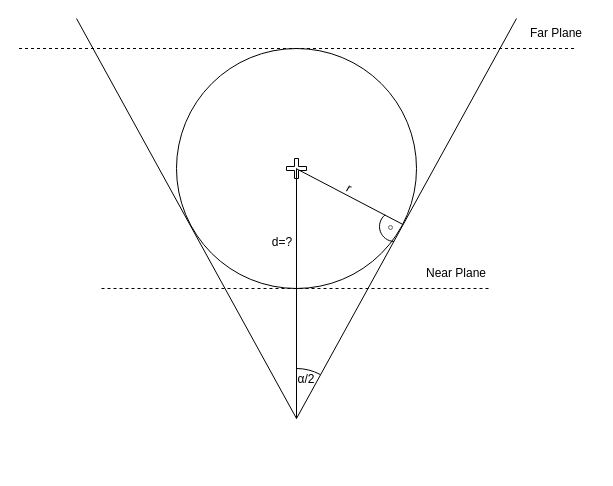
This is img/camera_fit.drawio from sraesch/pixel-contribution, a draw.io file, before an edit. Source tidied: cells renumbered, new cells numbered last; positions are measured from the earlier drawing's top-left corner, leaving out a move shared by most shapes. Both pictures are drawn from the tidied source at 100%, with x=0, y=0 at pixel (18, 18).
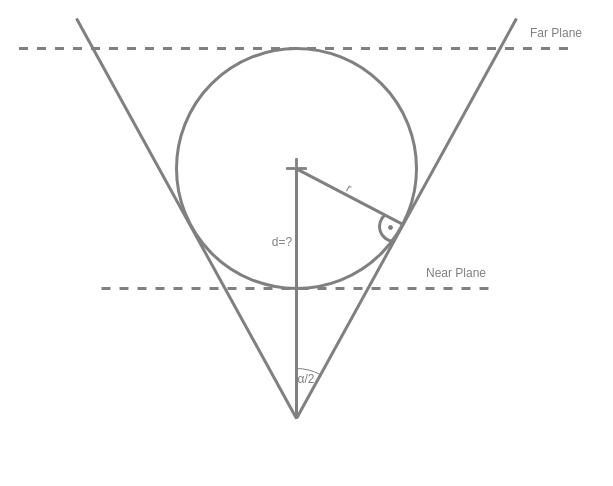
The same diagram, later.

Change to the diagram source:
```diff
@@
-    <mxCell id="2" style="endArrow=none;html=1;rounded=0;" parent="1" edge="1">
+    <mxCell id="2" style="endArrow=none;html=1;rounded=0;strokeWidth=3;strokeColor=#808080;fontColor=#808080;" parent="1" edge="1">
       <mxGeometry relative="1" as="geometry">
         <mxPoint x="278" y="400" as="sourcePoint" />
         <mxPoint x="58" as="targetPoint" />
       </mxGeometry>
     </mxCell>
-    <mxCell id="3" style="endArrow=none;html=1;rounded=0;" parent="1" edge="1">
+    <mxCell id="3" style="endArrow=none;html=1;rounded=0;strokeWidth=3;strokeColor=#808080;fontColor=#808080;" parent="1" edge="1">
       <mxGeometry relative="1" as="geometry">
         <mxPoint x="278" y="400" as="sourcePoint" />
         <mxPoint x="498" as="targetPoint" />
       </mxGeometry>
     </mxCell>
-    <mxCell id="4" style="ellipse;whiteSpace=wrap;html=1;" parent="1" vertex="1">
+    <mxCell id="4" style="ellipse;whiteSpace=wrap;html=1;fontColor=#808080;strokeColor=#808080;strokeWidth=3;fillColor=none;" parent="1" vertex="1">
       <mxGeometry x="158" y="30" width="240" height="240" as="geometry" />
     </mxCell>
-    <mxCell id="5" style="shape=cross;whiteSpace=wrap;html=1;" parent="1" vertex="1">
+    <mxCell id="5" style="shape=cross;whiteSpace=wrap;html=1;fontColor=#808080;strokeColor=#808080;size=0.08707482993197573;fillColor=#808080;" parent="1" vertex="1">
       <mxGeometry x="268" y="140" width="20" height="20" as="geometry" />
     </mxCell>
-    <mxCell id="6" style="endArrow=none;html=1;rounded=0;dashed=1;" parent="1" edge="1">
+    <mxCell id="6" style="endArrow=none;html=1;rounded=0;dashed=1;strokeWidth=3;strokeColor=#808080;fontColor=#808080;" parent="1" edge="1">
       <mxGeometry relative="1" as="geometry">
         <mxPoint x="83" y="270" as="sourcePoint" />
         <mxPoint x="473" y="270" as="targetPoint" />
       </mxGeometry>
     </mxCell>
-    <mxCell id="7" style="endArrow=none;html=1;rounded=0;dashed=1;" parent="1" edge="1">
+    <mxCell id="7" style="endArrow=none;html=1;rounded=0;dashed=1;strokeWidth=3;strokeColor=#808080;fontColor=#808080;" parent="1" edge="1">
       <mxGeometry relative="1" as="geometry">
         <mxPoint x="0.5" y="30" as="sourcePoint" />
         <mxPoint x="555.5" y="30" as="targetPoint" />
       </mxGeometry>
     </mxCell>
-    <mxCell id="8" value="Near Plane" style="text;html=1;strokeColor=none;fillColor=none;align=center;verticalAlign=middle;whiteSpace=wrap;rounded=0;" parent="1" vertex="1">
+    <mxCell id="8" value="Near Plane" style="text;html=1;strokeColor=none;fillColor=none;align=center;verticalAlign=middle;whiteSpace=wrap;rounded=0;fontColor=#808080;" parent="1" vertex="1">
       <mxGeometry x="398" y="240" width="80" height="30" as="geometry" />
     </mxCell>
-    <mxCell id="9" value="Far Plane" style="text;html=1;strokeColor=none;fillColor=none;align=center;verticalAlign=middle;whiteSpace=wrap;rounded=0;" parent="1" vertex="1">
+    <mxCell id="9" value="Far Plane" style="text;html=1;strokeColor=none;fillColor=none;align=center;verticalAlign=middle;whiteSpace=wrap;rounded=0;fontColor=#808080;" parent="1" vertex="1">
       <mxGeometry x="498" width="80" height="30" as="geometry" />
     </mxCell>
-    <mxCell id="10" style="endArrow=none;html=1;rounded=0;" parent="1" edge="1">
+    <mxCell id="10" style="endArrow=none;html=1;rounded=0;fontColor=#808080;strokeColor=#808080;strokeWidth=3;" parent="1" edge="1">
       <mxGeometry relative="1" as="geometry">
         <mxPoint x="278" y="400" as="sourcePoint" />
         <mxPoint x="278" y="150" as="targetPoint" />
       </mxGeometry>
     </mxCell>
-    <mxCell id="11" style="endArrow=none;html=1;rounded=0;entryX=0.501;entryY=0.515;entryDx=0;entryDy=0;entryPerimeter=0;exitX=0.943;exitY=0.733;exitDx=0;exitDy=0;exitPerimeter=0;" parent="1" edge="1" source="4" target="5">
+    <mxCell id="11" style="endArrow=none;html=1;rounded=0;entryX=0.501;entryY=0.515;entryDx=0;entryDy=0;entryPerimeter=0;exitX=0.943;exitY=0.733;exitDx=0;exitDy=0;exitPerimeter=0;fontColor=#808080;strokeColor=#808080;strokeWidth=3;" parent="1" edge="1" source="4" target="5">
       <mxGeometry relative="1" as="geometry" />
     </mxCell>
-    <mxCell id="12" style="verticalLabelPosition=bottom;verticalAlign=top;html=1;shape=mxgraph.basic.arc;startAngle=0.5047732166712652;endAngle=0.8933242730497062;" parent="1" vertex="1">
+    <mxCell id="12" style="verticalLabelPosition=bottom;verticalAlign=top;html=1;shape=mxgraph.basic.arc;startAngle=0.5047732166712652;endAngle=0.8933242730497062;fontColor=#808080;strokeColor=#808080;strokeWidth=3;" parent="1" vertex="1">
       <mxGeometry x="361" y="193" width="30" height="30" as="geometry" />
     </mxCell>
-    <mxCell id="13" style="ellipse;whiteSpace=wrap;html=1;fillColor=#f5f5f5;fontColor=#333333;strokeColor=#666666;" parent="1" vertex="1">
+    <mxCell id="13" style="ellipse;whiteSpace=wrap;html=1;fillColor=#808080;fontColor=#808080;strokeColor=#808080;" parent="1" vertex="1">
       <mxGeometry x="370" y="207" width="4" height="4" as="geometry" />
     </mxCell>
-    <mxCell id="14" style="verticalLabelPosition=bottom;verticalAlign=top;html=1;shape=mxgraph.basic.arc;startAngle=0;endAngle=0.07871981121082192;" parent="1" vertex="1">
+    <mxCell id="14" style="verticalLabelPosition=bottom;verticalAlign=top;html=1;shape=mxgraph.basic.arc;startAngle=0;endAngle=0.07871981121082192;fontColor=#808080;strokeColor=#808080;" parent="1" vertex="1">
       <mxGeometry x="228" y="350" width="100" height="100" as="geometry" />
     </mxCell>
-    <mxCell id="15" value="α/2" style="text;html=1;strokeColor=none;fillColor=none;align=center;verticalAlign=middle;whiteSpace=wrap;rounded=0;" parent="1" vertex="1">
+    <mxCell id="15" value="α/2" style="text;html=1;strokeColor=none;fillColor=none;align=center;verticalAlign=middle;whiteSpace=wrap;rounded=0;fontColor=#808080;" parent="1" vertex="1">
       <mxGeometry x="258" y="346" width="60" height="30" as="geometry" />
     </mxCell>
-    <mxCell id="16" value="r" style="text;html=1;strokeColor=none;fillColor=none;align=center;verticalAlign=middle;whiteSpace=wrap;rounded=0;rotation=30;" parent="1" vertex="1">
+    <mxCell id="16" value="r" style="text;html=1;strokeColor=none;fillColor=none;align=center;verticalAlign=middle;whiteSpace=wrap;rounded=0;rotation=30;fontColor=#808080;" parent="1" vertex="1">
       <mxGeometry x="301" y="155" width="60" height="30" as="geometry" />
     </mxCell>
-    <mxCell id="17" value="d=?" style="text;html=1;strokeColor=none;fillColor=none;align=center;verticalAlign=middle;whiteSpace=wrap;rounded=0;" parent="1" vertex="1">
+    <mxCell id="17" value="d=?" style="text;html=1;strokeColor=none;fillColor=none;align=center;verticalAlign=middle;whiteSpace=wrap;rounded=0;fontColor=#808080;" parent="1" vertex="1">
       <mxGeometry x="234" y="209" width="60" height="30" as="geometry" />
     </mxCell>
```
